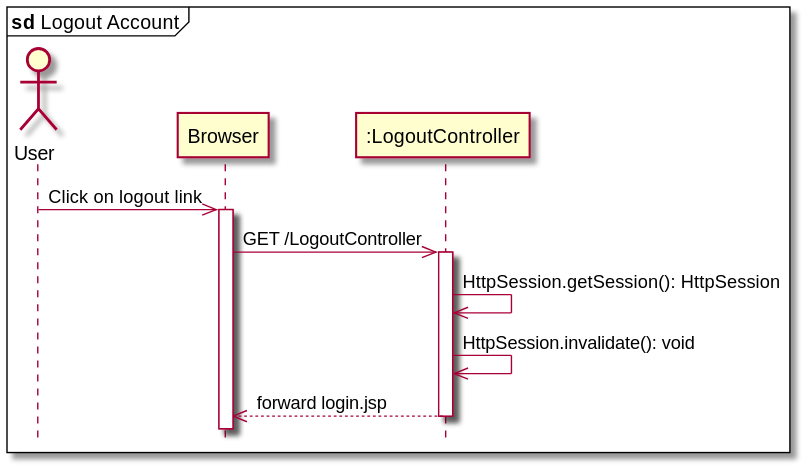
Before: data/sequence/logoutAccount.svg, a diagram exported from PlantUML (tantruong2303/booking-hotel). The source it was exported from:
```plantuml
@startuml logoutAccount

hide footbox
mainframe <b>sd</b> Logout Account
actor User
participant "Browser" as Browser
participant ":LogoutController" as LogoutController



User ->> Browser: Click on logout link
activate Browser

Browser ->> LogoutController: GET /LogoutController
activate LogoutController
LogoutController ->> LogoutController:  HttpSession.getSession(): HttpSession
LogoutController ->> LogoutController:  HttpSession.invalidate(): void
LogoutController -->> Browser: forward login.jsp
deactivate LogoutController


@enduml
```
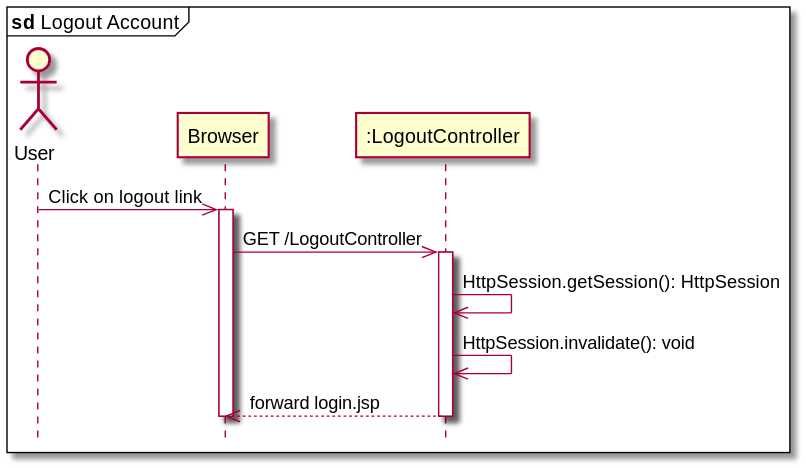
Later version of the same file.

Diff of the diagram source:
```diff
@@ -17,6 +17,7 @@
 LogoutController ->> LogoutController:  HttpSession.invalidate(): void
 LogoutController -->> Browser: forward login.jsp
 deactivate LogoutController
+deactivate Browser
 
 
 @enduml
```
